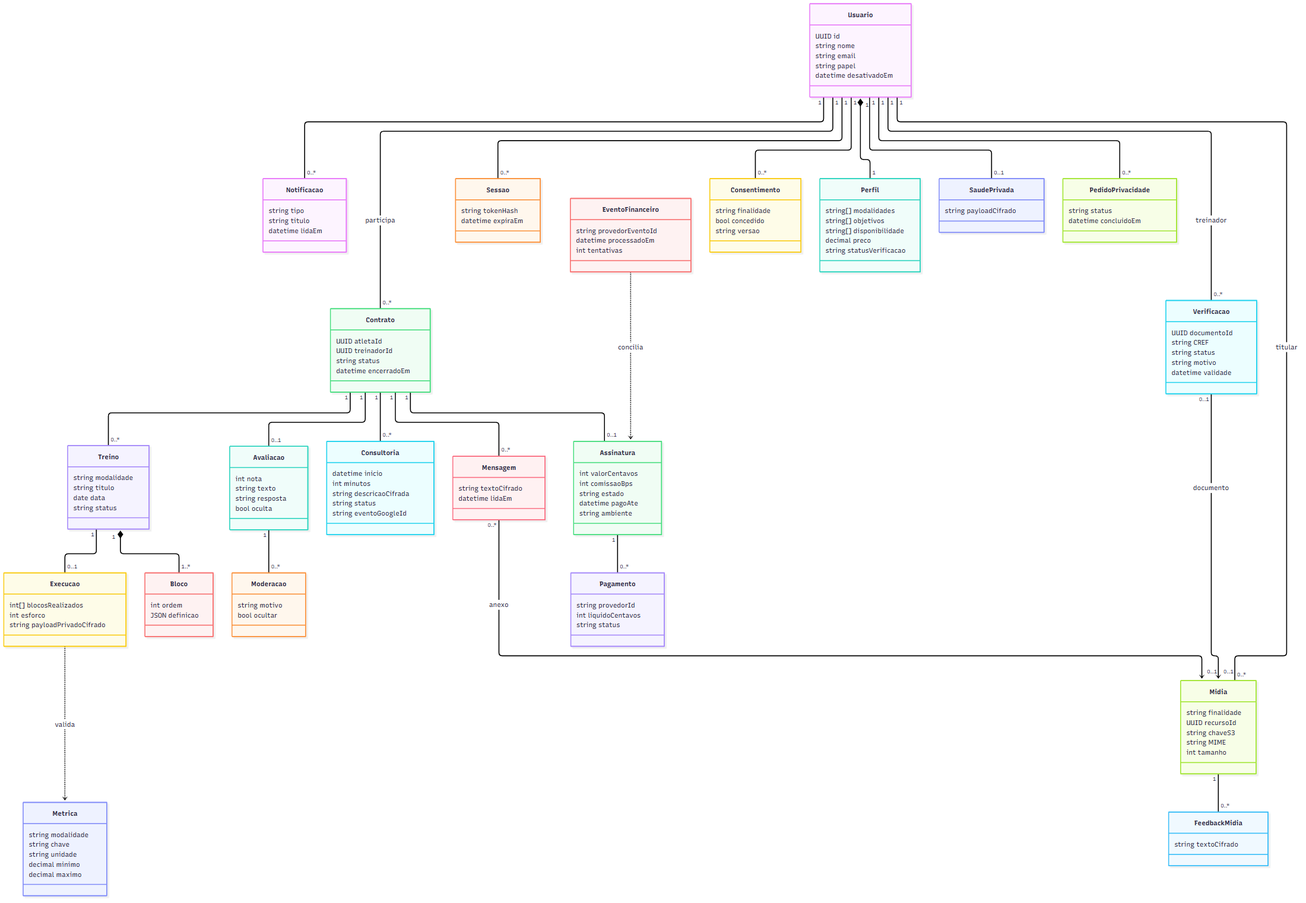
The Mermaid diagram docs/evolucao/diagramas/classes.png in DaviSouza78/LinkAtletas, before a commit. Its source is kept beside it as docs/evolucao/diagramas/classes.mmd. Source of this version:
```mermaid
classDiagram
direction TB
class Usuario {
  UUID id
  string nome
  string email
  string papel
  datetime desativadoEm
}
class Perfil {
  string[] modalidades
  string[] objetivos
  string[] disponibilidade
  decimal preco
  string statusVerificacao
}
class Sessao {
  string tokenHash
  datetime expiraEm
}
class Verificacao {
  UUID documentoId
  string CREF
  string status
  string motivo
  datetime validade
}
class Contrato {
  UUID atletaId
  UUID treinadorId
  string status
  datetime encerradoEm
}
class Treino {
  string modalidade
  string titulo
  date data
  string status
}
class Bloco {
  int ordem
  JSON definicao
}
class Execucao {
  int[] blocosRealizados
  int esforco
  string payloadPrivadoCifrado
}
class Metrica {
  string modalidade
  string chave
  string unidade
  decimal minimo
  decimal maximo
}
class Midia {
  string finalidade
  UUID recursoId
  string chaveS3
  string MIME
  int tamanho
}
class FeedbackMidia {
  string textoCifrado
}
class Mensagem {
  string textoCifrado
  datetime lidaEm
}
class Notificacao {
  string tipo
  string titulo
  datetime lidaEm
}
class Avaliacao {
  int nota
  string texto
  string resposta
  bool oculta
}
class Moderacao {
  string motivo
  bool ocultar
}
class Consultoria {
  datetime inicio
  int minutos
  string descricaoCifrada
  string status
  string eventoGoogleId
}
class Assinatura {
  int valorCentavos
  int comissaoBps
  string estado
  datetime pagoAte
  string ambiente
}
class Pagamento {
  string provedorId
  int liquidoCentavos
  string status
}
class EventoFinanceiro {
  string provedorEventoId
  datetime processadoEm
  int tentativas
}
class Consentimento {
  string finalidade
  bool concedido
  string versao
}
class SaudePrivada {
  string payloadCifrado
}
class PedidoPrivacidade {
  string status
  datetime concluidoEm
}
Usuario "1" *-- "1" Perfil
Usuario "1" -- "0..*" Sessao
Usuario "1" -- "0..*" Verificacao : treinador
Usuario "1" -- "0..*" Contrato : participa
Contrato "1" -- "0..*" Treino
Treino "1" *-- "1..*" Bloco
Treino "1" -- "0..1" Execucao
Execucao ..> Metrica : valida
Usuario "1" -- "0..*" Midia : titular
Midia "1" -- "0..*" FeedbackMidia
Verificacao "0..1" --> "0..1" Midia : documento
Contrato "1" -- "0..*" Mensagem
Mensagem "0..*" --> "0..1" Midia : anexo
Usuario "1" -- "0..*" Notificacao
Contrato "1" -- "0..1" Avaliacao
Avaliacao "1" -- "0..*" Moderacao
Contrato "1" -- "0..*" Consultoria
Contrato "1" -- "0..1" Assinatura
Assinatura "1" -- "0..*" Pagamento
EventoFinanceiro ..> Assinatura : concilia
Usuario "1" -- "0..*" Consentimento
Usuario "1" -- "0..1" SaudePrivada
Usuario "1" -- "0..*" PedidoPrivacidade
```
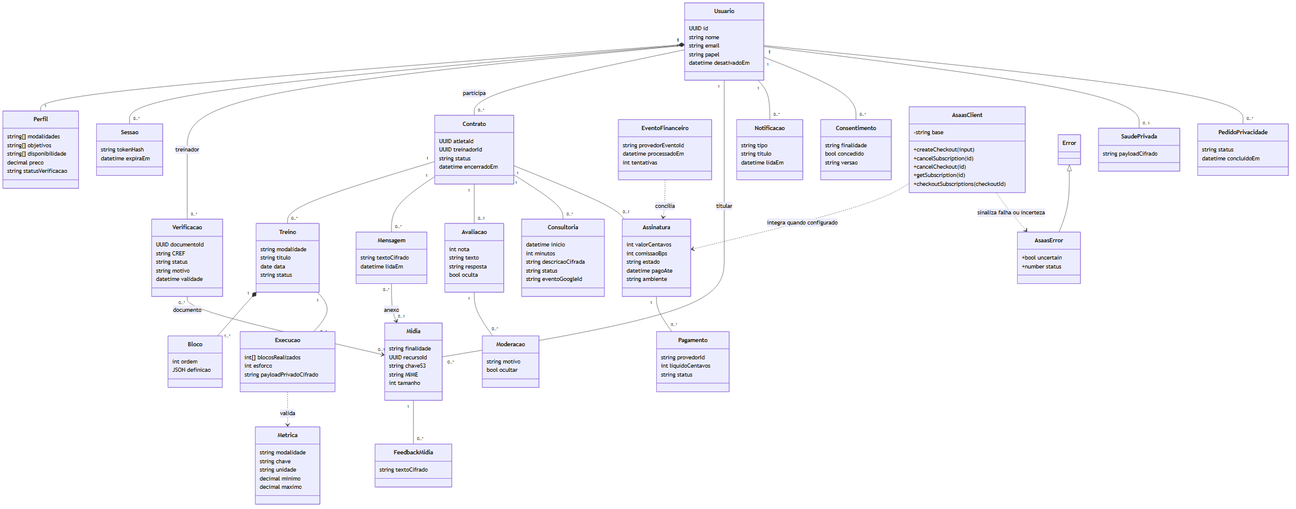
Later version of the same file.

What changed in the source:
```diff
@@ -128,7 +128,7 @@
 Execucao ..> Metrica : valida
 Usuario "1" -- "0..*" Midia : titular
 Midia "1" -- "0..*" FeedbackMidia
-Verificacao "0..1" --> "0..1" Midia : documento
+Verificacao "0..*" --> "0..1" Midia : documento
 Contrato "1" -- "0..*" Mensagem
 Mensagem "0..*" --> "0..1" Midia : anexo
 Usuario "1" -- "0..*" Notificacao
@@ -141,3 +141,19 @@
 Usuario "1" -- "0..*" Consentimento
 Usuario "1" -- "0..1" SaudePrivada
 Usuario "1" -- "0..*" PedidoPrivacidade
+class AsaasClient {
+  -string base
+  +createCheckout(input)
+  +cancelSubscription(id)
+  +cancelCheckout(id)
+  +getSubscription(id)
+  +checkoutSubscriptions(checkoutId)
+}
+class AsaasError {
+  +bool uncertain
+  +number status
+}
+AsaasClient ..> Assinatura : integra quando configurado
+AsaasClient ..> AsaasError : sinaliza falha ou incerteza
+
+Error <|-- AsaasError
```
